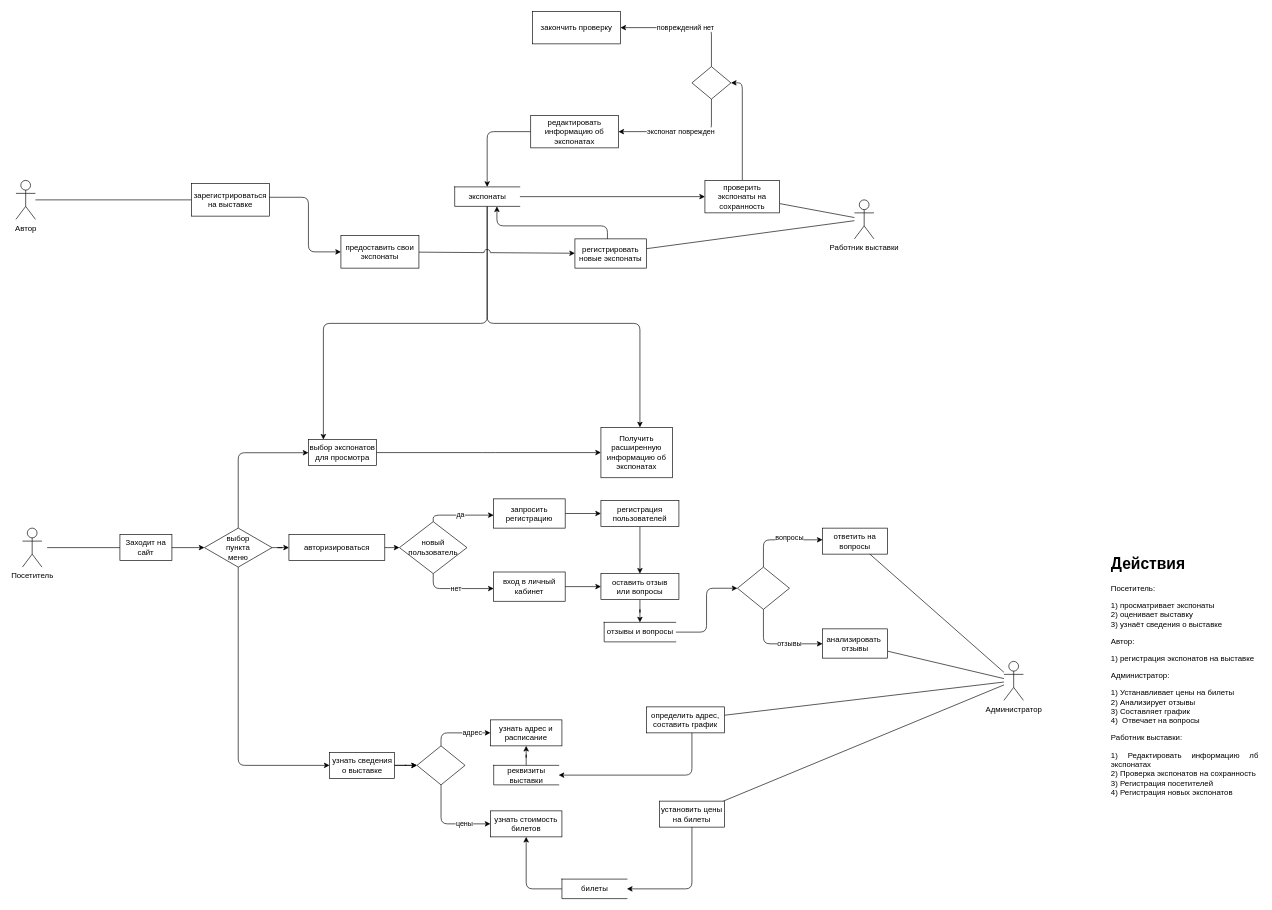
OlgaMats/- keeps this draw.io diagram as page "Page-1" (1 of 3) of Diagrams/DFD_use-case.drawio. Above is the earlier version. Source tidied: cells renumbered, new cells numbered last; positions are measured from the earlier drawing's top-left corner, leaving out a move shared by most shapes. Both pictures are drawn from the tidied source at 65%, with x=0, y=0 at pixel (16, 11).
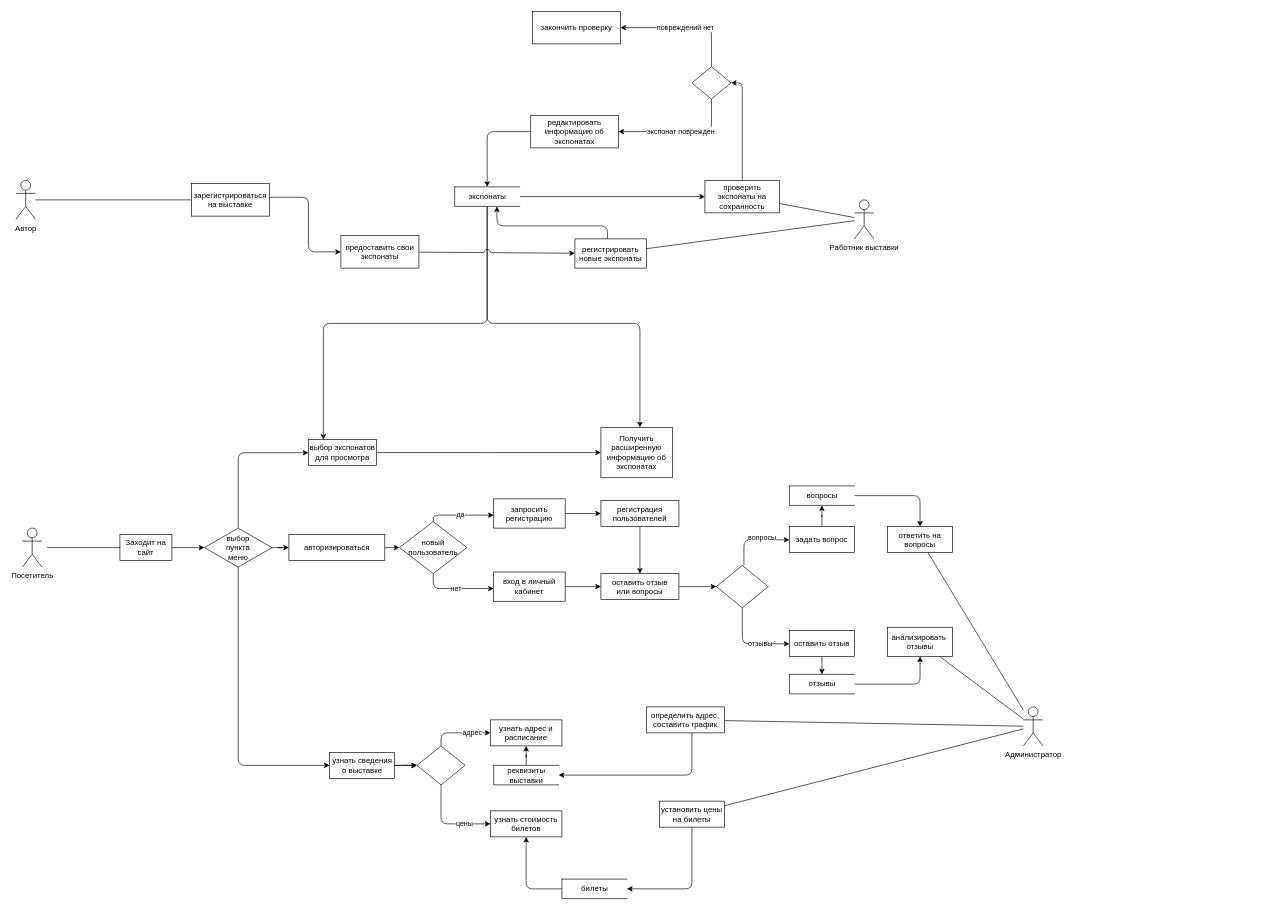
The same diagram, later.

The change refers to these unchanged cells:
```xml
<mxCell id="54" value="оставить отзыв&lt;br&gt;или вопросы" style="whiteSpace=wrap;html=1;verticalAlign=top;strokeWidth=1;" parent="1" vertex="1">
  <mxGeometry x="900" y="865" width="120" height="40" as="geometry" />
</mxCell>
```

Diff of the diagram source:
```diff
@@
-    <mxCell id="2" value="&lt;h1&gt;Действия&lt;/h1&gt;&lt;p&gt;Посетитель:&lt;/p&gt;&lt;p style=&quot;text-align: justify&quot;&gt;&lt;span&gt;1) п&lt;/span&gt;&lt;span&gt;росматривает экспонаты&lt;/span&gt;&lt;br&gt;&lt;span&gt;2) оценивает выставку&lt;/span&gt;&lt;br&gt;&lt;span&gt;3) узнаёт сведения о выставке&lt;/span&gt;&lt;br&gt;&lt;/p&gt;&lt;p style=&quot;text-align: justify&quot;&gt;&lt;span&gt;Автор:&lt;/span&gt;&lt;/p&gt;&lt;p style=&quot;text-align: justify&quot;&gt;&lt;span&gt;1) регистрация экспонатов на выставке&lt;/span&gt;&lt;/p&gt;&lt;p style=&quot;text-align: justify&quot;&gt;&lt;span&gt;Администратор:&lt;/span&gt;&lt;/p&gt;&lt;p style=&quot;text-align: justify&quot;&gt;&lt;/p&gt;&lt;div style=&quot;text-align: justify&quot;&gt;&lt;span style=&quot;text-align: left&quot;&gt;1) Устанавливает цены на билеты&lt;/span&gt;&lt;br&gt;&lt;span&gt;2) Анализирует отзывы&lt;/span&gt;&lt;br&gt;&lt;span style=&quot;text-align: left&quot;&gt;3) Составляет график&lt;/span&gt;&lt;/div&gt;&lt;div style=&quot;text-align: justify&quot;&gt;&lt;span style=&quot;text-align: left&quot;&gt;4)&amp;nbsp; Отвечает на вопросы&lt;/span&gt;&lt;/div&gt;&lt;p style=&quot;text-align: justify&quot;&gt;&lt;span style=&quot;text-align: left&quot;&gt;Работник выставки:&lt;/span&gt;&lt;/p&gt;&lt;p style=&quot;text-align: justify&quot;&gt;&lt;span style=&quot;text-align: left&quot;&gt;1) Редактировать информацию лб экспонатах&lt;/span&gt;&lt;br&gt;&lt;span style=&quot;text-align: left&quot;&gt;2) Проверка экспонатов на сохранность&lt;/span&gt;&lt;br&gt;&lt;span style=&quot;text-align: left&quot;&gt;3) Регистрация посетителей&lt;/span&gt;&lt;br&gt;&lt;span style=&quot;text-align: left&quot;&gt;4) Регистрация новых экспонатов&lt;/span&gt;&lt;br&gt;&lt;/p&gt;&lt;p&gt;&lt;/p&gt;&lt;p&gt;&lt;/p&gt;" style="text;html=1;strokeColor=none;fillColor=none;spacing=5;spacingTop=-20;whiteSpace=wrap;overflow=hidden;rounded=0;hachureGap=4;" parent="1" vertex="1">
+    <mxCell id="2" value="&lt;h1&gt;&lt;br&gt;&lt;/h1&gt;&lt;p&gt;&lt;/p&gt;&lt;p&gt;&lt;/p&gt;" style="text;html=1;strokeColor=none;fillColor=none;spacing=5;spacingTop=-20;whiteSpace=wrap;overflow=hidden;rounded=0;hachureGap=4;" parent="1" vertex="1">
       <mxGeometry x="1680" y="830" width="235" height="490" as="geometry" />
     </mxCell>
@@
     <mxCell id="25" value="Администратор" style="shape=umlActor;verticalLabelPosition=bottom;verticalAlign=top;html=1;outlineConnect=0;fontSize=12;strokeWidth=1;" parent="1" vertex="1">
-      <mxGeometry x="1520" y="1000" width="30" height="60" as="geometry" />
+      <mxGeometry x="1550" y="1070" width="30" height="60" as="geometry" />
     </mxCell>
@@
     <mxCell id="29" value="анализировать&amp;nbsp;&lt;br&gt;отзывы" style="rounded=0;whiteSpace=wrap;html=1;hachureGap=4;strokeWidth=1;" parent="1" vertex="1">
-      <mxGeometry x="1241" y="950" width="100" height="45" as="geometry" />
+      <mxGeometry x="1341" y="947.5" width="100" height="45" as="geometry" />
     </mxCell>
@@
-    <mxCell id="53" style="edgeStyle=orthogonalEdgeStyle;rounded=0;jettySize=auto;html=1;" parent="1" edge="1" source="54" target="71">
-      <mxGeometry relative="1" as="geometry" />
-    </mxCell>
@@
-    <mxCell id="70" style="edgeStyle=orthogonalEdgeStyle;rounded=1;jettySize=auto;html=1;entryX=0;entryY=0.5;entryDx=0;entryDy=0;entryPerimeter=0;" parent="1" edge="1" source="71" target="77">
+    <mxCell id="70" style="edgeStyle=orthogonalEdgeStyle;rounded=1;jettySize=auto;html=1;" parent="1" edge="1" source="54" target="77">
       <mxGeometry relative="1" as="geometry" />
     </mxCell>
-    <mxCell id="71" value="отзывы и вопросы" style="html=1;dashed=0;whitespace=wrap;shape=partialRectangle;right=0;" parent="1" vertex="1">
-      <mxGeometry x="905" y="940" width="110" height="30" as="geometry" />
-    </mxCell>
@@
     <mxCell id="74" value="ответить на вопросы" style="rounded=0;whiteSpace=wrap;html=1;hachureGap=4;strokeWidth=1;" parent="1" vertex="1">
-      <mxGeometry x="1241" y="795" width="100" height="40" as="geometry" />
+      <mxGeometry x="1341" y="792.5" width="100" height="40" as="geometry" />
     </mxCell>
-    <mxCell id="75" value="вопросы" style="edgeStyle=orthogonalEdgeStyle;jettySize=auto;html=1;rounded=1;" parent="1" edge="1" source="77" target="74">
+    <mxCell id="75" value="вопросы" style="edgeStyle=orthogonalEdgeStyle;jettySize=auto;html=1;rounded=1;" parent="1" edge="1" source="77" target="80">
       <mxGeometry x="0.23" y="3" relative="1" as="geometry">
         <Array as="points">
-          <mxPoint x="1150" y="813" />
+          <mxPoint x="1120" y="813" />
         </Array>
       </mxGeometry>
     </mxCell>
-    <mxCell id="76" value="отзывы" style="edgeStyle=orthogonalEdgeStyle;rounded=1;jettySize=auto;html=1;" parent="1" edge="1" source="77" target="29">
+    <mxCell id="76" value="отзывы" style="edgeStyle=orthogonalEdgeStyle;rounded=1;jettySize=auto;html=1;" parent="1" edge="1" source="77" target="82">
       <mxGeometry x="0.29" relative="1" as="geometry">
         <Array as="points">
-          <mxPoint x="1150" y="973" />
+          <mxPoint x="1118" y="973" />
         </Array>
       </mxGeometry>
     </mxCell>
     <mxCell id="77" style="strokeWidth=1;html=1;shape=mxgraph.flowchart.decision;whiteSpace=wrap;" parent="1" vertex="1">
-      <mxGeometry x="1110" y="855" width="80" height="65" as="geometry" />
+      <mxGeometry x="1077.5" y="852.5" width="80" height="65" as="geometry" />
     </mxCell>
@@
+    <mxCell id="79" style="edgeStyle=orthogonalEdgeStyle;rounded=1;jettySize=auto;html=1;" parent="1" edge="1" source="80" target="84">
+      <mxGeometry relative="1" as="geometry" />
+    </mxCell>
+    <mxCell id="80" value="задать вопрос" style="rounded=0;whiteSpace=wrap;html=1;hachureGap=4;strokeWidth=1;" parent="1" vertex="1">
+      <mxGeometry x="1190" y="792.5" width="100" height="40" as="geometry" />
+    </mxCell>
+    <mxCell id="81" style="edgeStyle=orthogonalEdgeStyle;rounded=1;jettySize=auto;html=1;" parent="1" edge="1" source="82">
+      <mxGeometry relative="1" as="geometry">
+        <mxPoint x="1240" y="1020" as="targetPoint" />
+      </mxGeometry>
+    </mxCell>
+    <mxCell id="82" value="оставить отзыв" style="rounded=0;whiteSpace=wrap;html=1;hachureGap=4;strokeWidth=1;" parent="1" vertex="1">
+      <mxGeometry x="1190" y="952.5" width="100" height="40" as="geometry" />
+    </mxCell>
+    <mxCell id="83" style="edgeStyle=orthogonalEdgeStyle;rounded=1;jettySize=auto;html=1;" parent="1" edge="1" source="84" target="74">
+      <mxGeometry relative="1" as="geometry" />
+    </mxCell>
+    <mxCell id="84" value="вопросы" style="html=1;dashed=0;whitespace=wrap;shape=partialRectangle;right=0;" parent="1" vertex="1">
+      <mxGeometry x="1190" y="730" width="100" height="30" as="geometry" />
+    </mxCell>
+    <mxCell id="85" style="edgeStyle=orthogonalEdgeStyle;rounded=1;jettySize=auto;html=1;" parent="1" edge="1" source="86" target="29">
+      <mxGeometry relative="1" as="geometry" />
+    </mxCell>
+    <mxCell id="86" value="отзывы" style="html=1;dashed=0;whitespace=wrap;shape=partialRectangle;right=0;" parent="1" vertex="1">
+      <mxGeometry x="1190" y="1020" width="100" height="30" as="geometry" />
+    </mxCell>
+    <mxCell id="87" style="edgeStyle=orthogonalEdgeStyle;rounded=1;orthogonalLoop=1;jettySize=auto;html=1;exitX=0.5;exitY=1;exitDx=0;exitDy=0;" parent="1" edge="1" source="86" target="86">
+      <mxGeometry relative="1" as="geometry" />
+    </mxCell>
```
